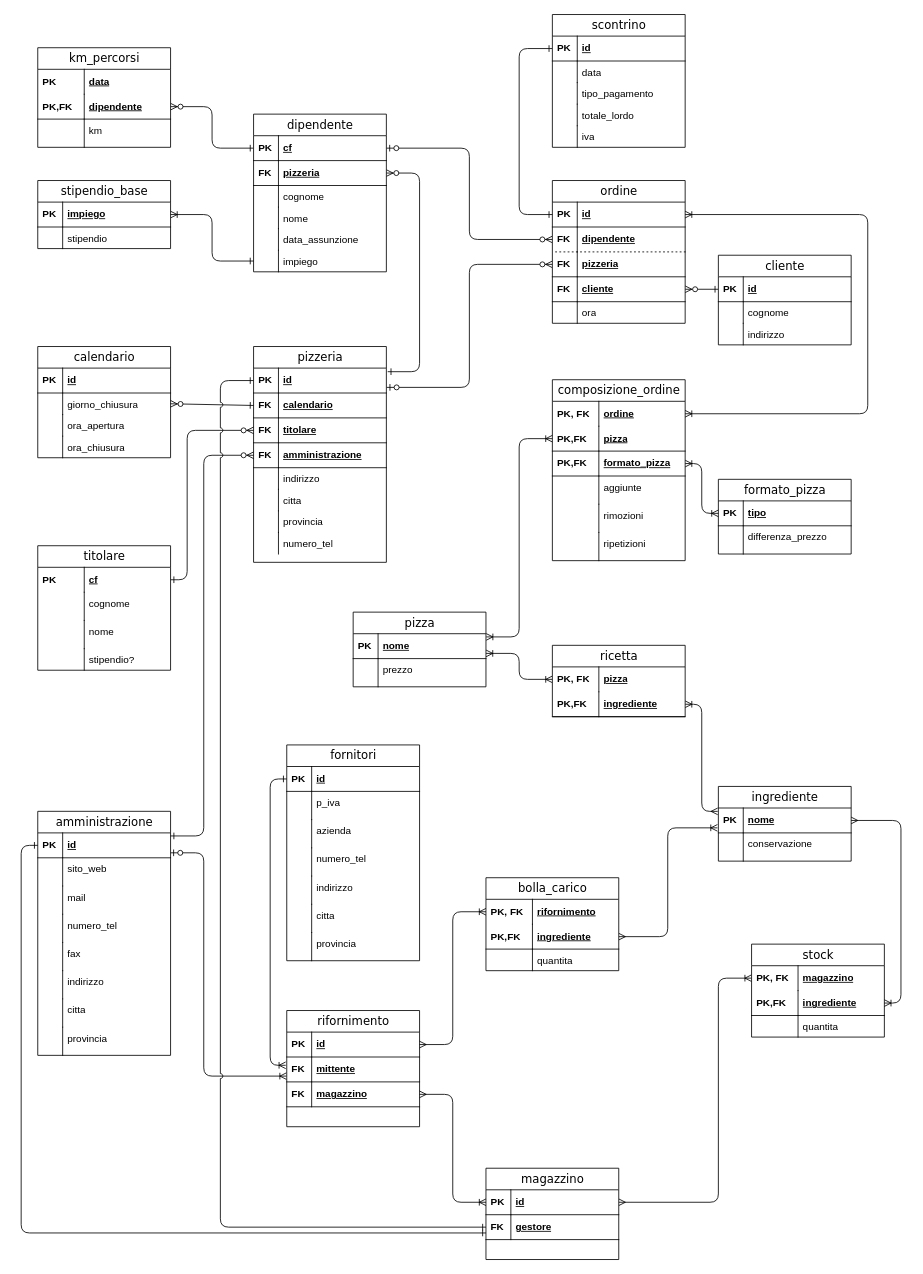
Before: Draw/PaduPizzaRelazionale.drawio in NicholasPilotto/PaduPizza, a draw.io diagram. Source tidied: cells renumbered, new cells numbered last; positions are measured from the earlier drawing's top-left corner, leaving out a move shared by most shapes. Both pictures are drawn from the tidied source at 83%, with x=0, y=0 at pixel (21, 14).
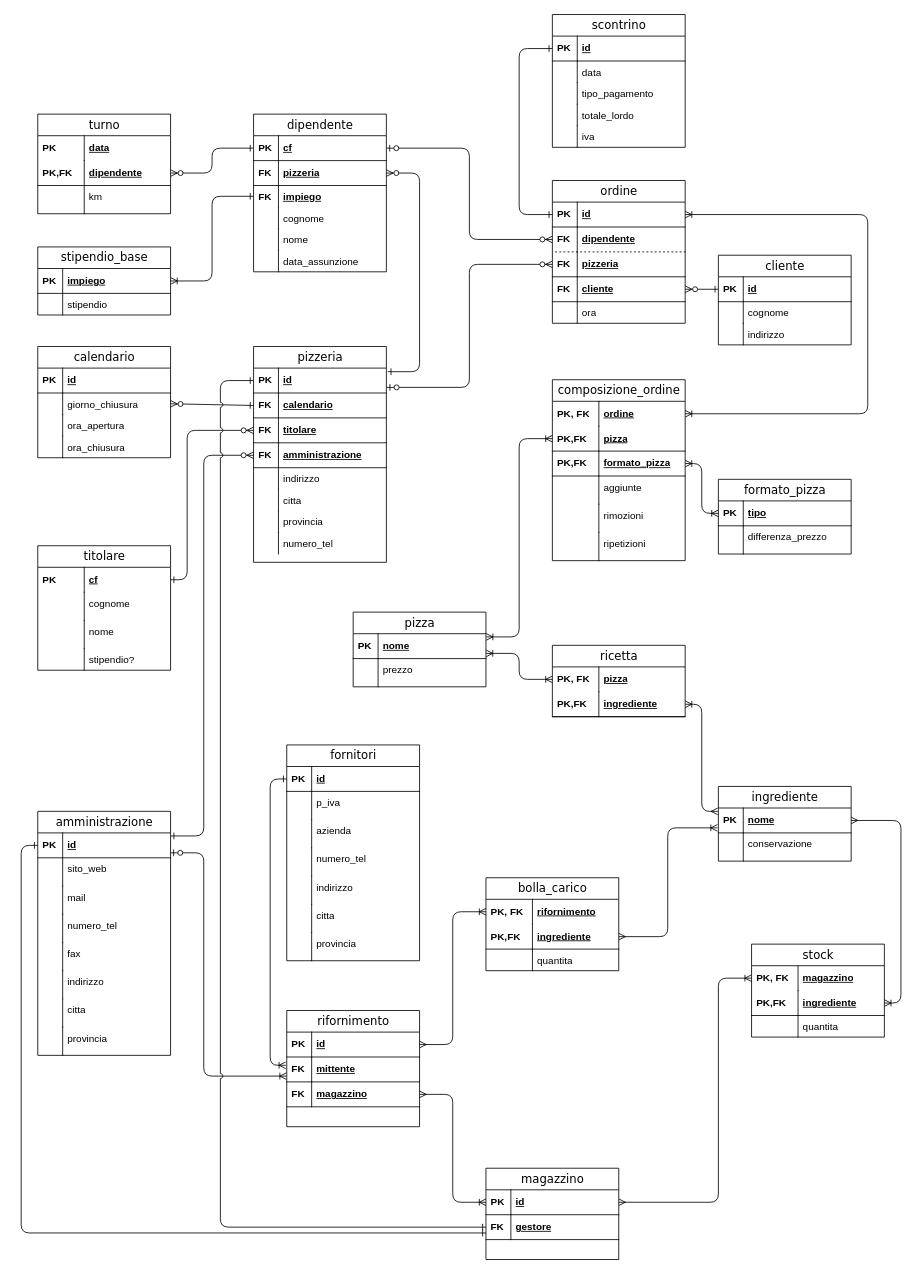
The same page after the edit.

Commit message (it also covers changes not shown here):
Correzione errore nello schema relazionale

Unchanged cells that the change refers to:
```xml
<mxCell id="25" value="dipendente" style="shape=partialRectangle;top=0;left=0;right=0;bottom=1;html=1;align=left;verticalAlign=middle;fillColor=none;spacingLeft=60;spacingRight=4;whiteSpace=wrap;overflow=hidden;points=[[0,0.5],[1,0.5]];portConstraint=eastwest;fontStyle=5;fontColor=#000000;" parent="22" vertex="1">
  <mxGeometry y="56" width="160" height="30" as="geometry" />
</mxCell>
<mxCell id="31" value="dipendente" style="swimlane;html=1;fontStyle=0;horizontal=1;startSize=26;swimlaneFillColor=#ffffff;align=center;rounded=0;shadow=0;comic=0;labelBackgroundColor=none;strokeWidth=1;fontFamily=Verdana;fontSize=14;fillColor=#FFFFFF;fontColor=#000000;" parent="1" vertex="1">
  <mxGeometry x="280" y="120" width="160" height="190" as="geometry" />
</mxCell>
<mxCell id="32" value="cf" style="shape=partialRectangle;top=0;left=0;right=0;bottom=1;html=1;align=left;verticalAlign=middle;fillColor=none;spacingLeft=34;spacingRight=4;whiteSpace=wrap;overflow=hidden;points=[[0,0.5],[1,0.5]];portConstraint=eastwest;fontStyle=5;fontColor=#000000;" parent="31" vertex="1">
  <mxGeometry y="26" width="160" height="30" as="geometry" />
</mxCell>
```

Diff of the diagram source:
```diff
@@
     <mxCell id="21" style="html=1;endArrow=ERone;endFill=0;labelBackgroundColor=none;fontFamily=Verdana;fontSize=14;entryX=0;entryY=0.5;startArrow=ERzeroToMany;startFill=1;entryDx=0;entryDy=0;exitX=1;exitY=0.5;exitDx=0;exitDy=0;edgeStyle=elbowEdgeStyle;fontColor=#000000;" parent="1" edge="1" source="25" target="32">
       <mxGeometry relative="1" as="geometry">
         <Array as="points">
+          <mxPoint x="230" y="150" />
           <mxPoint x="230" y="140" />
         </Array>
       </mxGeometry>
     </mxCell>
-    <mxCell id="22" value="km_percorsi" style="swimlane;html=1;fontStyle=0;horizontal=1;startSize=26;swimlaneFillColor=#ffffff;align=center;rounded=0;shadow=0;comic=0;labelBackgroundColor=none;strokeWidth=1;fontFamily=Verdana;fontSize=14;fillColor=#FFFFFF;fontColor=#000000;" parent="1" vertex="1">
-      <mxGeometry x="20" y="40" width="160" height="120" as="geometry" />
+    <mxCell id="22" value="turno" style="swimlane;html=1;fontStyle=0;horizontal=1;startSize=26;swimlaneFillColor=#ffffff;align=center;rounded=0;shadow=0;comic=0;labelBackgroundColor=none;strokeWidth=1;fontFamily=Verdana;fontSize=14;fillColor=#FFFFFF;fontColor=#000000;" parent="1" vertex="1">
+      <mxGeometry x="20" y="120" width="160" height="120" as="geometry" />
     </mxCell>
@@
+    <mxCell id="42" value="&lt;b&gt;&lt;u&gt;impiego&lt;/u&gt;&lt;/b&gt;" style="shape=partialRectangle;top=0;left=0;right=0;bottom=0;html=1;align=left;verticalAlign=top;fillColor=none;spacingLeft=34;spacingRight=4;whiteSpace=wrap;overflow=hidden;points=[[0,0.5],[1,0.5]];portConstraint=eastwest;fontColor=#000000;" parent="31" vertex="1">
+      <mxGeometry y="86" width="160" height="26" as="geometry" />
+    </mxCell>
+    <mxCell id="43" value="&lt;b&gt;FK&lt;/b&gt;" style="shape=partialRectangle;top=0;left=0;bottom=0;html=1;fillColor=none;align=left;verticalAlign=top;spacingLeft=4;spacingRight=4;whiteSpace=wrap;overflow=hidden;fontColor=#000000;" parent="42" vertex="1">
+      <mxGeometry width="30" height="26" as="geometry" />
+    </mxCell>
     <mxCell id="36" value="cognome" style="shape=partialRectangle;top=0;left=0;right=0;bottom=0;html=1;align=left;verticalAlign=top;fillColor=none;spacingLeft=34;spacingRight=4;whiteSpace=wrap;overflow=hidden;fontColor=#000000;" parent="31" vertex="1">
-      <mxGeometry y="86" width="160" height="26" as="geometry" />
+      <mxGeometry y="112" width="160" height="26" as="geometry" />
     </mxCell>
@@
     <mxCell id="38" value="nome" style="shape=partialRectangle;top=0;left=0;right=0;bottom=0;html=1;align=left;verticalAlign=top;fillColor=none;spacingLeft=34;spacingRight=4;whiteSpace=wrap;overflow=hidden;fontColor=#000000;" parent="31" vertex="1">
-      <mxGeometry y="112" width="160" height="26" as="geometry" />
+      <mxGeometry y="138" width="160" height="26" as="geometry" />
     </mxCell>
@@
     <mxCell id="40" value="data_assunzione" style="shape=partialRectangle;top=0;left=0;right=0;bottom=0;html=1;align=left;verticalAlign=top;fillColor=none;spacingLeft=34;spacingRight=4;whiteSpace=wrap;overflow=hidden;fontColor=#000000;" parent="31" vertex="1">
-      <mxGeometry y="138" width="160" height="26" as="geometry" />
+      <mxGeometry y="164" width="160" height="26" as="geometry" />
     </mxCell>
@@
-    <mxCell id="42" value="impiego" style="shape=partialRectangle;top=0;left=0;right=0;bottom=0;html=1;align=left;verticalAlign=top;fillColor=none;spacingLeft=34;spacingRight=4;whiteSpace=wrap;overflow=hidden;points=[[0,0.5],[1,0.5]];portConstraint=eastwest;fontColor=#000000;" parent="31" vertex="1">
-      <mxGeometry y="164" width="160" height="26" as="geometry" />
-    </mxCell>
-    <mxCell id="43" style="shape=partialRectangle;top=0;left=0;bottom=0;html=1;fillColor=none;align=left;verticalAlign=top;spacingLeft=4;spacingRight=4;whiteSpace=wrap;overflow=hidden;fontColor=#000000;" parent="42" vertex="1">
-      <mxGeometry width="30" height="26" as="geometry" />
-    </mxCell>
@@
     <mxCell id="55" value="stipendio_base" style="swimlane;html=1;fontStyle=0;horizontal=1;startSize=26;swimlaneFillColor=#ffffff;align=center;rounded=0;shadow=0;comic=0;labelBackgroundColor=none;strokeWidth=1;fontFamily=Verdana;fontSize=14;swimlaneLine=1;fillColor=#FFFFFF;fontColor=#000000;" parent="1" vertex="1">
-      <mxGeometry x="20" y="200" width="160" height="82" as="geometry" />
+      <mxGeometry x="20" y="280" width="160" height="82" as="geometry" />
     </mxCell>
```
